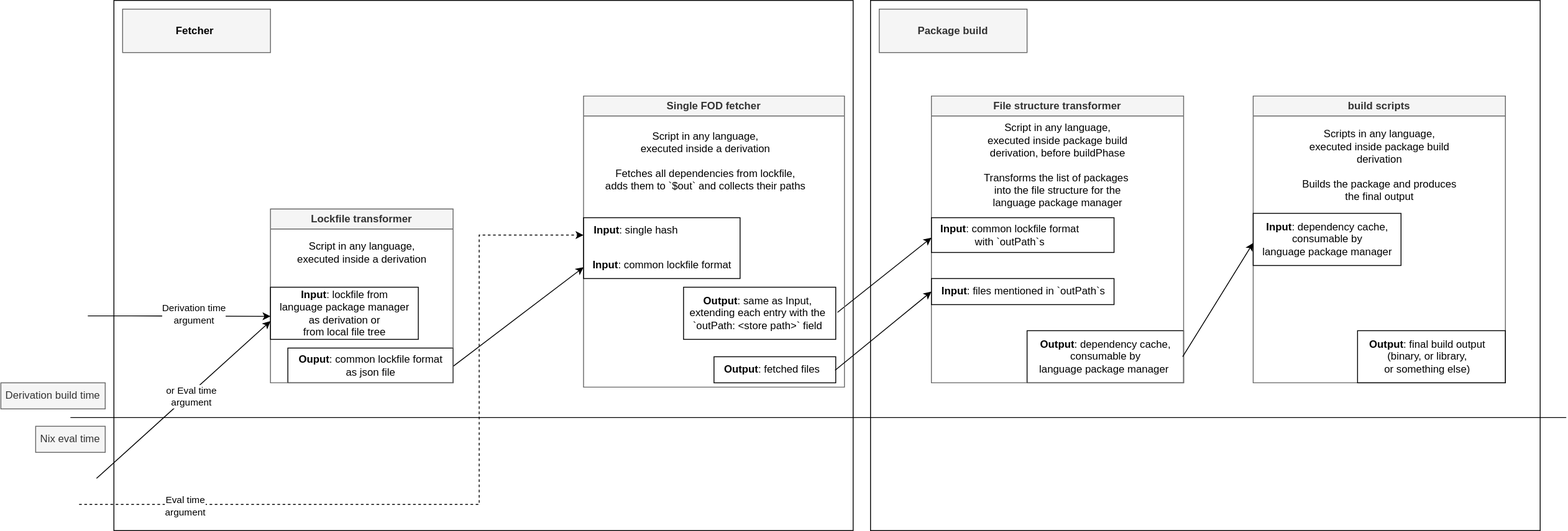
Before: pkgs/build-support/deno/fetch-deno-deps/builder-architecture.drawio.svg, a diagram exported from draw.io (NixOS/nixpkgs). Source tidied: cells renumbered, new cells last; positions are measured from the earlier drawing's top-left corner, leaving out a move shared by most shapes. Its diagram source:
```xml
<mxGraphModel>
  <root>
    <mxCell id="0" />
    <mxCell id="1" parent="0" />
    <mxCell id="2" style="rounded=0;whiteSpace=wrap;html=1;fillColor=none;" parent="1" vertex="1">
      <mxGeometry x="1000" width="770" height="610" as="geometry" />
    </mxCell>
    <mxCell id="3" style="rounded=0;whiteSpace=wrap;html=1;fillColor=none;" parent="1" vertex="1">
      <mxGeometry x="130" width="850" height="610" as="geometry" />
    </mxCell>
    <mxCell id="4" style="rounded=0;whiteSpace=wrap;html=1;fillColor=none;" parent="1" vertex="1">
      <mxGeometry x="1180" y="380" width="180" height="60" as="geometry" />
    </mxCell>
    <mxCell id="5" style="rounded=0;whiteSpace=wrap;html=1;fillColor=none;" parent="1" vertex="1">
      <mxGeometry x="330" y="400" width="190" height="40" as="geometry" />
    </mxCell>
    <mxCell id="6" style="endArrow=none;html=1;rounded=0;endFill=1;startFill=0;" parent="1" edge="1">
      <mxGeometry relative="1" as="geometry">
        <mxPoint x="80" y="480" as="sourcePoint" />
        <mxPoint x="1800" y="480" as="targetPoint" />
      </mxGeometry>
    </mxCell>
    <mxCell id="7" value="Nix eval time" style="text;html=1;align=center;verticalAlign=middle;whiteSpace=wrap;rounded=0;fillColor=#f5f5f5;fontColor=#333333;strokeColor=#666666;" parent="1" vertex="1">
      <mxGeometry x="40" y="490" width="80" height="30" as="geometry" />
    </mxCell>
    <mxCell id="8" value="Derivation build time" style="text;html=1;align=center;verticalAlign=middle;whiteSpace=wrap;rounded=0;fillColor=#f5f5f5;fontColor=#333333;strokeColor=#666666;" parent="1" vertex="1">
      <mxGeometry y="440" width="120" height="30" as="geometry" />
    </mxCell>
    <mxCell id="9" value="&lt;span style=&quot;background-color: transparent;&quot;&gt;&lt;font style=&quot;color: light-dark(rgb(0, 0, 0), rgb(0, 0, 0));&quot;&gt;&lt;b style=&quot;&quot;&gt;Fetcher&lt;/b&gt;&amp;nbsp;&lt;/font&gt;&lt;/span&gt;" style="text;html=1;align=center;verticalAlign=middle;whiteSpace=wrap;rounded=0;fillColor=#f5f5f5;fontColor=#333333;strokeColor=#666666;" parent="1" vertex="1">
      <mxGeometry x="140" y="10" width="170" height="50" as="geometry" />
    </mxCell>
    <mxCell id="10" style="endArrow=classic;html=1;rounded=0;entryX=0;entryY=0.575;entryDx=0;entryDy=0;exitX=1.011;exitY=0.483;exitDx=0;exitDy=0;exitPerimeter=0;entryPerimeter=0;" parent="1" edge="1" source="24" target="30">
      <mxGeometry relative="1" as="geometry" />
    </mxCell>
    <mxCell id="11" style="endArrow=classic;html=1;rounded=0;exitX=1;exitY=0.525;exitDx=0;exitDy=0;exitPerimeter=0;entryX=0;entryY=0.567;entryDx=0;entryDy=0;entryPerimeter=0;" parent="1" edge="1" source="15" target="21">
      <mxGeometry relative="1" as="geometry" />
    </mxCell>
    <mxCell id="12" value="Lockfile&amp;nbsp;transformer" style="swimlane;whiteSpace=wrap;html=1;fillColor=#f5f5f5;fontColor=#333333;strokeColor=#666666;" parent="1" vertex="1">
      <mxGeometry x="310" y="240" width="210" height="200" as="geometry" />
    </mxCell>
    <mxCell id="13" style="rounded=0;whiteSpace=wrap;html=1;fillColor=none;align=left;" parent="12" vertex="1">
      <mxGeometry y="90" width="170" height="60" as="geometry" />
    </mxCell>
    <mxCell id="14" value="&lt;b&gt;Input&lt;/b&gt;: lockfile from &lt;br&gt;language package manager&lt;br&gt;as derivation or &lt;br&gt;from local file tree" style="text;html=1;align=center;verticalAlign=middle;points=[];strokeColor=none;fillColor=none;" parent="12" vertex="1">
      <mxGeometry y="85" width="170" height="70" as="geometry" />
    </mxCell>
    <mxCell id="15" value="&lt;b&gt;Ouput&lt;/b&gt;: common lockfile format&lt;br&gt;&lt;div&gt;as json file&lt;/div&gt;" style="text;html=1;align=center;verticalAlign=middle;points=[];strokeColor=none;fillColor=none;" parent="12" vertex="1">
      <mxGeometry x="20" y="160" width="190" height="40" as="geometry" />
    </mxCell>
    <mxCell id="16" value="Script in any language, &lt;br&gt;executed inside a derivation" style="text;html=1;align=center;verticalAlign=middle;strokeColor=none;fillColor=none;" parent="12" vertex="1">
      <mxGeometry x="20" y="30" width="170" height="40" as="geometry" />
    </mxCell>
    <mxCell id="17" value="Single FOD fetcher" style="swimlane;whiteSpace=wrap;html=1;fillColor=#f5f5f5;fontColor=#333333;strokeColor=#666666;" parent="1" vertex="1">
      <mxGeometry x="670" y="110" width="300" height="335" as="geometry" />
    </mxCell>
    <mxCell id="18" style="rounded=0;whiteSpace=wrap;html=1;fillColor=none;" parent="17" vertex="1">
      <mxGeometry x="150" y="300" width="140" height="30" as="geometry" />
    </mxCell>
    <mxCell id="19" style="rounded=0;whiteSpace=wrap;html=1;fillColor=none;" parent="17" vertex="1">
      <mxGeometry y="140" width="180" height="70" as="geometry" />
    </mxCell>
    <mxCell id="20" value="Script in any language,&lt;br&gt;executed inside a derivation&lt;br&gt;&lt;br&gt;Fetches all&amp;nbsp;&lt;span style=&quot;background-color: transparent; color: light-dark(rgb(0, 0, 0), rgb(255, 255, 255));&quot;&gt;dependencies from lockfile, &lt;br&gt;adds them to `$out` and collects their paths&lt;/span&gt;" style="text;html=1;align=center;verticalAlign=middle;strokeColor=none;fillColor=none;" parent="17" vertex="1">
      <mxGeometry x="15" y="30" width="250" height="90" as="geometry" />
    </mxCell>
    <mxCell id="21" value="&lt;b&gt;Input&lt;/b&gt;: common lockfile format" style="text;html=1;align=center;verticalAlign=middle;points=[];strokeColor=none;fillColor=none;" parent="17" vertex="1">
      <mxGeometry y="180" width="180" height="30" as="geometry" />
    </mxCell>
    <mxCell id="22" value="&lt;b&gt;Input&lt;/b&gt;: single hash" style="text;html=1;align=center;verticalAlign=middle;points=[];strokeColor=none;fillColor=none;" parent="17" vertex="1">
      <mxGeometry y="140" width="120" height="30" as="geometry" />
    </mxCell>
    <mxCell id="23" style="rounded=0;whiteSpace=wrap;html=1;fillColor=none;" parent="17" vertex="1">
      <mxGeometry x="115" y="220" width="175" height="60" as="geometry" />
    </mxCell>
    <mxCell id="24" value="&lt;b&gt;Output&lt;/b&gt;: same as Input,&lt;br&gt;extending each entry with the&lt;br&gt;`outPath: &amp;lt;store path&amp;gt;` field" style="text;html=1;align=center;verticalAlign=middle;points=[];strokeColor=none;fillColor=none;" parent="17" vertex="1">
      <mxGeometry x="110" y="220" width="180" height="60" as="geometry" />
    </mxCell>
    <mxCell id="25" value="&lt;b&gt;Output&lt;/b&gt;: fetched files" style="text;html=1;align=left;verticalAlign=middle;points=[];strokeColor=none;fillColor=none;" parent="17" vertex="1">
      <mxGeometry x="160" y="300" width="130" height="30" as="geometry" />
    </mxCell>
    <mxCell id="26" value="File structure&amp;nbsp;transformer" style="swimlane;whiteSpace=wrap;html=1;fillColor=#f5f5f5;fontColor=#333333;strokeColor=#666666;" parent="1" vertex="1">
      <mxGeometry x="1070" y="110" width="290" height="330" as="geometry" />
    </mxCell>
    <mxCell id="27" style="rounded=0;whiteSpace=wrap;html=1;fillColor=none;" parent="26" vertex="1">
      <mxGeometry y="210" width="210" height="30" as="geometry" />
    </mxCell>
    <mxCell id="28" style="rounded=0;whiteSpace=wrap;html=1;fillColor=none;" parent="26" vertex="1">
      <mxGeometry y="140" width="210" height="40" as="geometry" />
    </mxCell>
    <mxCell id="29" value="Script in any language,&lt;br&gt;executed inside package build&lt;br&gt;derivation, before buildPhase&lt;br&gt;&lt;div&gt;&lt;br&gt;Transforms the list of packages&amp;nbsp;&lt;/div&gt;&lt;div&gt;into the file structure for the&lt;br&gt;language package manager&lt;br&gt;&lt;/div&gt;" style="text;html=1;align=center;verticalAlign=middle;strokeColor=none;fillColor=none;" parent="26" vertex="1">
      <mxGeometry x="50" y="25" width="190" height="110" as="geometry" />
    </mxCell>
    <mxCell id="30" value="&lt;b&gt;Input&lt;/b&gt;: common lockfile format&lt;br&gt;with `outPath`s" style="text;html=1;align=center;verticalAlign=middle;points=[];strokeColor=none;fillColor=none;" parent="26" vertex="1">
      <mxGeometry y="140" width="180" height="40" as="geometry" />
    </mxCell>
    <mxCell id="31" value="&lt;b&gt;Input&lt;/b&gt;:&amp;nbsp;files mentioned in `outPath`s" style="text;html=1;align=left;verticalAlign=middle;strokeColor=none;fillColor=none;" parent="26" vertex="1">
      <mxGeometry x="10" y="210" width="210" height="30" as="geometry" />
    </mxCell>
    <mxCell id="32" value="&lt;b&gt;Output&lt;/b&gt;: dependency cache, &lt;br&gt;consumable by&lt;br&gt;language package manager&amp;nbsp;" style="text;html=1;align=center;verticalAlign=middle;points=[];strokeColor=none;fillColor=none;" parent="26" vertex="1">
      <mxGeometry x="110" y="270" width="180" height="60" as="geometry" />
    </mxCell>
    <mxCell id="33" style="endArrow=classic;html=1;rounded=0;edgeStyle=orthogonalEdgeStyle;entryX=-0.001;entryY=0.667;entryDx=0;entryDy=0;entryPerimeter=0;dashed=1;" parent="1" edge="1" target="22">
      <mxGeometry relative="1" as="geometry">
        <mxPoint x="90" y="580" as="sourcePoint" />
        <Array as="points">
          <mxPoint x="90" y="580" />
          <mxPoint x="550" y="580" />
          <mxPoint x="550" y="270" />
        </Array>
      </mxGeometry>
    </mxCell>
    <mxCell id="34" value="Eval time&lt;br&gt;argument" style="edgeLabel;html=1;align=center;verticalAlign=middle;" parent="33" vertex="1">
      <mxGeometry x="-0.95" y="-1" relative="1" as="geometry">
        <mxPoint x="97" as="offset" />
      </mxGeometry>
    </mxCell>
    <mxCell id="35" style="endArrow=classic;html=1;rounded=0;entryX=0;entryY=0.55;entryDx=0;entryDy=0;entryPerimeter=0;edgeStyle=orthogonalEdgeStyle;" parent="1" edge="1" target="14">
      <mxGeometry relative="1" as="geometry">
        <mxPoint x="100" y="363" as="sourcePoint" />
        <Array as="points">
          <mxPoint x="150" y="363" />
        </Array>
      </mxGeometry>
    </mxCell>
    <mxCell id="36" style="endArrow=classic;html=1;rounded=0;exitX=0.994;exitY=0.52;exitDx=0;exitDy=0;exitPerimeter=0;entryX=0;entryY=0.5;entryDx=0;entryDy=0;" parent="1" edge="1" source="25" target="27">
      <mxGeometry relative="1" as="geometry" />
    </mxCell>
    <mxCell id="37" value="Derivation time&lt;br&gt;argument" style="edgeLabel;html=1;align=center;verticalAlign=middle;" parent="1" vertex="1">
      <mxGeometry x="225" y="360" as="geometry">
        <mxPoint x="-4" as="offset" />
      </mxGeometry>
    </mxCell>
    <mxCell id="38" value="&lt;b&gt;Package build&lt;/b&gt;" style="text;html=1;align=center;verticalAlign=middle;whiteSpace=wrap;rounded=0;fillColor=#f5f5f5;fontColor=#333333;strokeColor=#666666;" parent="1" vertex="1">
      <mxGeometry x="1010" y="10" width="170" height="50" as="geometry" />
    </mxCell>
    <mxCell id="39" value="build scripts" style="swimlane;whiteSpace=wrap;html=1;fillColor=#f5f5f5;fontColor=#333333;strokeColor=#666666;" parent="1" vertex="1">
      <mxGeometry x="1440" y="110" width="290" height="330" as="geometry" />
    </mxCell>
    <mxCell id="40" style="rounded=0;whiteSpace=wrap;html=1;fillColor=none;" parent="39" vertex="1">
      <mxGeometry y="135" width="170" height="60" as="geometry" />
    </mxCell>
    <mxCell id="41" value="Scripts in any language,&lt;br&gt;executed inside package build&lt;br&gt;derivation&lt;br&gt;&lt;div&gt;&lt;br&gt;Builds the package and produces&lt;br&gt;the final output&lt;/div&gt;" style="text;html=1;align=center;verticalAlign=middle;strokeColor=none;fillColor=none;" parent="39" vertex="1">
      <mxGeometry x="45" y="30" width="200" height="100" as="geometry" />
    </mxCell>
    <mxCell id="42" value="&lt;b&gt;Input&lt;/b&gt;: dependency cache,&lt;br&gt;consumable by&lt;br&gt;language package manager" style="text;html=1;align=center;verticalAlign=middle;points=[];strokeColor=none;fillColor=none;" parent="39" vertex="1">
      <mxGeometry y="135" width="170" height="60" as="geometry" />
    </mxCell>
    <mxCell id="43" value="&lt;b&gt;Output&lt;/b&gt;: final build output&lt;br&gt;(binary, or library, &lt;br&gt;or something else)" style="text;html=1;align=center;verticalAlign=middle;strokeColor=none;fillColor=none;" parent="39" vertex="1">
      <mxGeometry x="120" y="270" width="160" height="60" as="geometry" />
    </mxCell>
    <mxCell id="44" style="endArrow=classic;html=1;rounded=0;exitX=0.994;exitY=0.5;exitDx=0;exitDy=0;exitPerimeter=0;entryX=0;entryY=0.567;entryDx=0;entryDy=0;entryPerimeter=0;" parent="1" edge="1" source="32" target="42">
      <mxGeometry relative="1" as="geometry" />
    </mxCell>
    <mxCell id="45" style="rounded=0;whiteSpace=wrap;html=1;fillColor=none;" parent="1" vertex="1">
      <mxGeometry x="1560" y="380" width="170" height="60" as="geometry" />
    </mxCell>
    <mxCell id="46" style="endArrow=classic;html=1;rounded=0;entryX=0;entryY=0.629;entryDx=0;entryDy=0;entryPerimeter=0;" parent="1" edge="1" target="14">
      <mxGeometry relative="1" as="geometry">
        <mxPoint x="110" y="550" as="sourcePoint" />
      </mxGeometry>
    </mxCell>
    <mxCell id="47" value="or Eval time&lt;br&gt;argument" style="edgeLabel;html=1;align=center;verticalAlign=middle;" parent="46" vertex="1">
      <mxGeometry x="0.06" y="-3" relative="1" as="geometry" />
    </mxCell>
  </root>
</mxGraphModel>
```
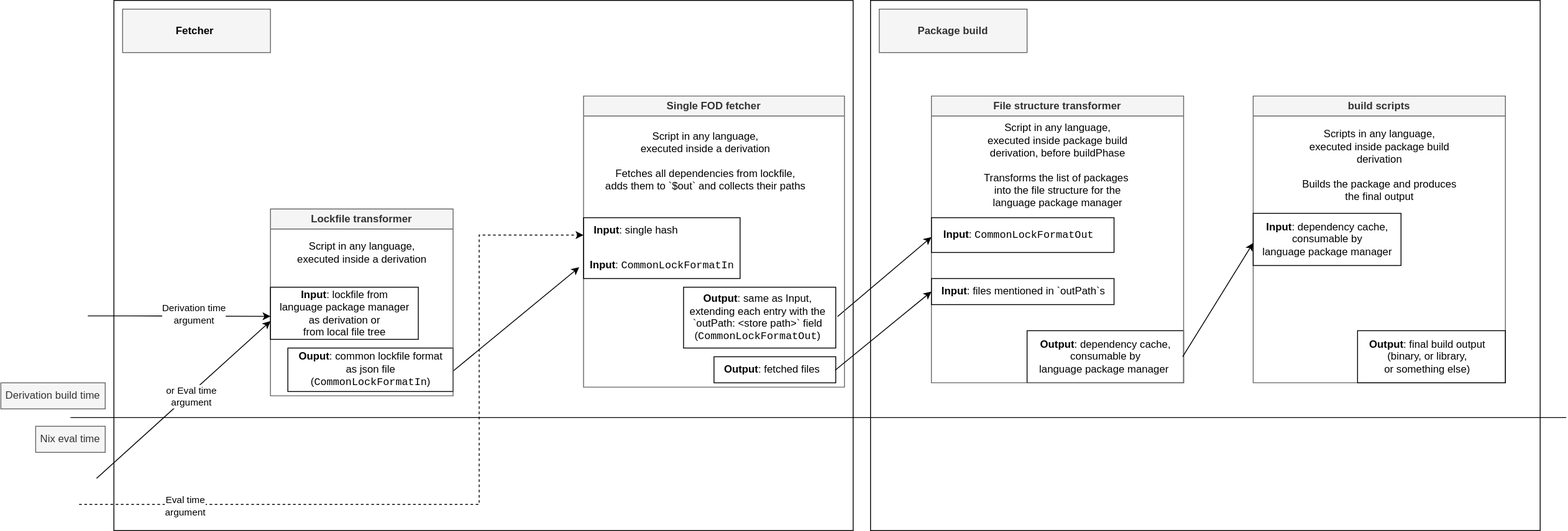
After the change.

Commit message:
improve diagram

The edit, as a diff of the source:
```diff
@@ -12,7 +12,7 @@
       <mxGeometry x="1180" y="380" width="180" height="60" as="geometry" />
     </mxCell>
     <mxCell id="5" style="rounded=0;whiteSpace=wrap;html=1;fillColor=none;" parent="1" vertex="1">
-      <mxGeometry x="330" y="400" width="190" height="40" as="geometry" />
+      <mxGeometry x="330" y="400" width="190" height="50" as="geometry" />
     </mxCell>
     <mxCell id="6" style="endArrow=none;html=1;rounded=0;endFill=1;startFill=0;" parent="1" edge="1">
       <mxGeometry relative="1" as="geometry">
@@ -36,7 +36,7 @@
       <mxGeometry relative="1" as="geometry" />
     </mxCell>
     <mxCell id="12" value="Lockfile&amp;nbsp;transformer" style="swimlane;whiteSpace=wrap;html=1;fillColor=#f5f5f5;fontColor=#333333;strokeColor=#666666;" parent="1" vertex="1">
-      <mxGeometry x="310" y="240" width="210" height="200" as="geometry" />
+      <mxGeometry x="310" y="240" width="210" height="215" as="geometry" />
     </mxCell>
     <mxCell id="13" style="rounded=0;whiteSpace=wrap;html=1;fillColor=none;align=left;" parent="12" vertex="1">
       <mxGeometry y="90" width="170" height="60" as="geometry" />
@@ -44,8 +44,8 @@
     <mxCell id="14" value="&lt;b&gt;Input&lt;/b&gt;: lockfile from &lt;br&gt;language package manager&lt;br&gt;as derivation or &lt;br&gt;from local file tree" style="text;html=1;align=center;verticalAlign=middle;points=[];strokeColor=none;fillColor=none;" parent="12" vertex="1">
       <mxGeometry y="85" width="170" height="70" as="geometry" />
     </mxCell>
-    <mxCell id="15" value="&lt;b&gt;Ouput&lt;/b&gt;: common lockfile format&lt;br&gt;&lt;div&gt;as json file&lt;/div&gt;" style="text;html=1;align=center;verticalAlign=middle;points=[];strokeColor=none;fillColor=none;" parent="12" vertex="1">
-      <mxGeometry x="20" y="160" width="190" height="40" as="geometry" />
+    <mxCell id="15" value="&lt;b&gt;Ouput&lt;/b&gt;: common lockfile format&lt;br&gt;&lt;div&gt;as json file &lt;br&gt;(&lt;font face=&quot;monospace&quot;&gt;CommonLockFormatIn&lt;/font&gt;)&lt;/div&gt;" style="text;html=1;align=center;verticalAlign=middle;points=[];strokeColor=none;fillColor=none;" parent="12" vertex="1">
+      <mxGeometry x="20" y="155" width="190" height="60" as="geometry" />
     </mxCell>
     <mxCell id="16" value="Script in any language, &lt;br&gt;executed inside a derivation" style="text;html=1;align=center;verticalAlign=middle;strokeColor=none;fillColor=none;" parent="12" vertex="1">
       <mxGeometry x="20" y="30" width="170" height="40" as="geometry" />
@@ -53,6 +53,9 @@
     <mxCell id="17" value="Single FOD fetcher" style="swimlane;whiteSpace=wrap;html=1;fillColor=#f5f5f5;fontColor=#333333;strokeColor=#666666;" parent="1" vertex="1">
       <mxGeometry x="670" y="110" width="300" height="335" as="geometry" />
     </mxCell>
+    <mxCell id="23" style="rounded=0;whiteSpace=wrap;html=1;fillColor=none;" parent="17" vertex="1">
+      <mxGeometry x="115" y="220" width="175" height="70" as="geometry" />
+    </mxCell>
     <mxCell id="18" style="rounded=0;whiteSpace=wrap;html=1;fillColor=none;" parent="17" vertex="1">
       <mxGeometry x="150" y="300" width="140" height="30" as="geometry" />
     </mxCell>
@@ -62,18 +65,15 @@
     <mxCell id="20" value="Script in any language,&lt;br&gt;executed inside a derivation&lt;br&gt;&lt;br&gt;Fetches all&amp;nbsp;&lt;span style=&quot;background-color: transparent; color: light-dark(rgb(0, 0, 0), rgb(255, 255, 255));&quot;&gt;dependencies from lockfile, &lt;br&gt;adds them to `$out` and collects their paths&lt;/span&gt;" style="text;html=1;align=center;verticalAlign=middle;strokeColor=none;fillColor=none;" parent="17" vertex="1">
       <mxGeometry x="15" y="30" width="250" height="90" as="geometry" />
     </mxCell>
-    <mxCell id="21" value="&lt;b&gt;Input&lt;/b&gt;: common lockfile format" style="text;html=1;align=center;verticalAlign=middle;points=[];strokeColor=none;fillColor=none;" parent="17" vertex="1">
-      <mxGeometry y="180" width="180" height="30" as="geometry" />
+    <mxCell id="21" value="&lt;b&gt;Input&lt;/b&gt;: &lt;font face=&quot;monospace&quot;&gt;CommonLockFormatIn&lt;/font&gt;" style="text;html=1;align=center;verticalAlign=middle;points=[];strokeColor=none;fillColor=none;" parent="17" vertex="1">
+      <mxGeometry x="-5" y="180" width="190" height="30" as="geometry" />
     </mxCell>
+    <mxCell id="24" value="&lt;b&gt;Output&lt;/b&gt;: same as Input,&lt;br&gt;extending each entry with the&lt;br&gt;`outPath: &amp;lt;store path&amp;gt;` field&lt;br&gt;(&lt;font face=&quot;monospace&quot;&gt;CommonLockFormatOut&lt;/font&gt;)" style="text;html=1;align=center;verticalAlign=middle;points=[];strokeColor=none;fillColor=none;" parent="17" vertex="1">
+      <mxGeometry x="110" y="220" width="180" height="70" as="geometry" />
+    </mxCell>
     <mxCell id="22" value="&lt;b&gt;Input&lt;/b&gt;: single hash" style="text;html=1;align=center;verticalAlign=middle;points=[];strokeColor=none;fillColor=none;" parent="17" vertex="1">
       <mxGeometry y="140" width="120" height="30" as="geometry" />
     </mxCell>
-    <mxCell id="23" style="rounded=0;whiteSpace=wrap;html=1;fillColor=none;" parent="17" vertex="1">
-      <mxGeometry x="115" y="220" width="175" height="60" as="geometry" />
-    </mxCell>
-    <mxCell id="24" value="&lt;b&gt;Output&lt;/b&gt;: same as Input,&lt;br&gt;extending each entry with the&lt;br&gt;`outPath: &amp;lt;store path&amp;gt;` field" style="text;html=1;align=center;verticalAlign=middle;points=[];strokeColor=none;fillColor=none;" parent="17" vertex="1">
-      <mxGeometry x="110" y="220" width="180" height="60" as="geometry" />
-    </mxCell>
     <mxCell id="25" value="&lt;b&gt;Output&lt;/b&gt;: fetched files" style="text;html=1;align=left;verticalAlign=middle;points=[];strokeColor=none;fillColor=none;" parent="17" vertex="1">
       <mxGeometry x="160" y="300" width="130" height="30" as="geometry" />
     </mxCell>
@@ -89,8 +89,8 @@
     <mxCell id="29" value="Script in any language,&lt;br&gt;executed inside package build&lt;br&gt;derivation, before buildPhase&lt;br&gt;&lt;div&gt;&lt;br&gt;Transforms the list of packages&amp;nbsp;&lt;/div&gt;&lt;div&gt;into the file structure for the&lt;br&gt;language package manager&lt;br&gt;&lt;/div&gt;" style="text;html=1;align=center;verticalAlign=middle;strokeColor=none;fillColor=none;" parent="26" vertex="1">
       <mxGeometry x="50" y="25" width="190" height="110" as="geometry" />
     </mxCell>
-    <mxCell id="30" value="&lt;b&gt;Input&lt;/b&gt;: common lockfile format&lt;br&gt;with `outPath`s" style="text;html=1;align=center;verticalAlign=middle;points=[];strokeColor=none;fillColor=none;" parent="26" vertex="1">
-      <mxGeometry y="140" width="180" height="40" as="geometry" />
+    <mxCell id="30" value="&lt;b&gt;Input&lt;/b&gt;: &lt;font face=&quot;monospace&quot;&gt;CommonLockFormatOut&lt;/font&gt;" style="text;html=1;align=center;verticalAlign=middle;points=[];strokeColor=none;fillColor=none;" parent="26" vertex="1">
+      <mxGeometry y="145" width="200" height="30" as="geometry" />
     </mxCell>
     <mxCell id="31" value="&lt;b&gt;Input&lt;/b&gt;:&amp;nbsp;files mentioned in `outPath`s" style="text;html=1;align=left;verticalAlign=middle;strokeColor=none;fillColor=none;" parent="26" vertex="1">
       <mxGeometry x="10" y="210" width="210" height="30" as="geometry" />
```
